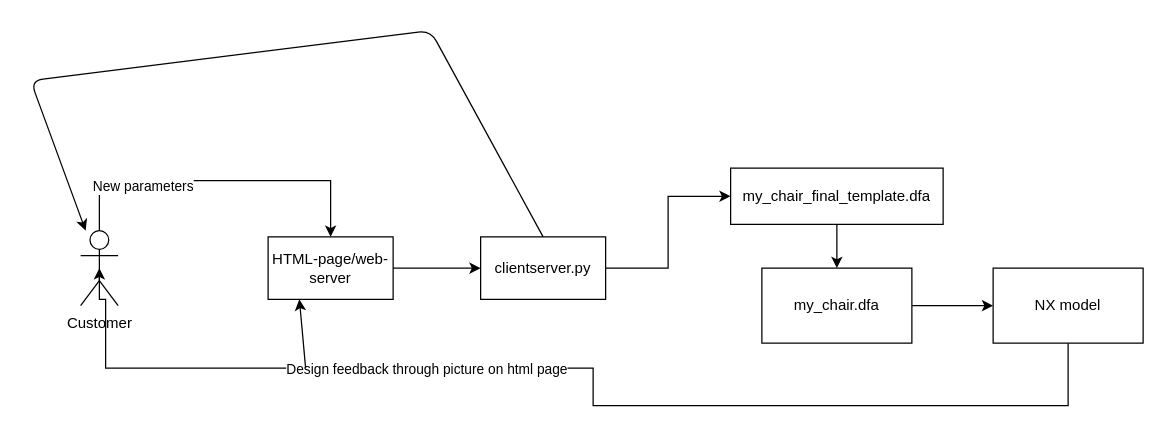
The draw.io diagram Architecture.drawio in opetlund/TMM4275, before the edit. Source tidied: cells renumbered, new cells numbered last; positions are measured from the earlier drawing's top-left corner, leaving out a move shared by most shapes. Both pictures are drawn from the tidied source at 125%, with x=0, y=0 at pixel (30, 30).
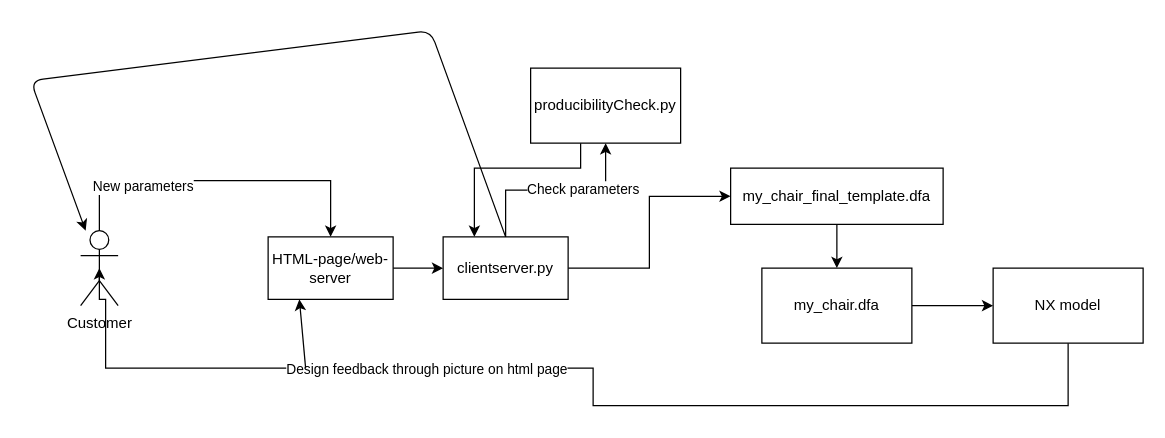
Above is the later version.

What changed in the source:
```diff
@@
+    <mxCell id="18" style="edgeStyle=orthogonalEdgeStyle;rounded=0;jettySize=auto;html=1;entryX=0.5;entryY=1;entryDx=0;entryDy=0;" parent="1" edge="1" source="8" target="21">
+      <mxGeometry relative="1" as="geometry" />
+    </mxCell>
+    <mxCell id="19" value="Check parameters" style="edgeLabel;html=1;align=center;verticalAlign=middle;" parent="18" vertex="1">
+      <mxGeometry x="0.28" y="2" relative="1" as="geometry">
+        <mxPoint y="1" as="offset" />
+      </mxGeometry>
+    </mxCell>
     <mxCell id="8" value="clientserver.py" style="rounded=0;whiteSpace=wrap;html=1;" parent="1" vertex="1">
-      <mxGeometry x="360" y="165" width="100" height="50" as="geometry" />
+      <mxGeometry x="330" y="165" width="100" height="50" as="geometry" />
     </mxCell>
@@
+    <mxCell id="20" style="edgeStyle=orthogonalEdgeStyle;rounded=0;jettySize=auto;html=1;entryX=0.25;entryY=0;entryDx=0;entryDy=0;" parent="1" edge="1" source="21" target="8">
+      <mxGeometry relative="1" as="geometry">
+        <Array as="points">
+          <mxPoint x="440" y="110" />
+          <mxPoint x="355" y="110" />
+        </Array>
+      </mxGeometry>
+    </mxCell>
+    <mxCell id="21" value="producibilityCheck.py" style="rounded=0;whiteSpace=wrap;html=1;" parent="1" vertex="1">
+      <mxGeometry x="400" y="30" width="120" height="60" as="geometry" />
+    </mxCell>
```
